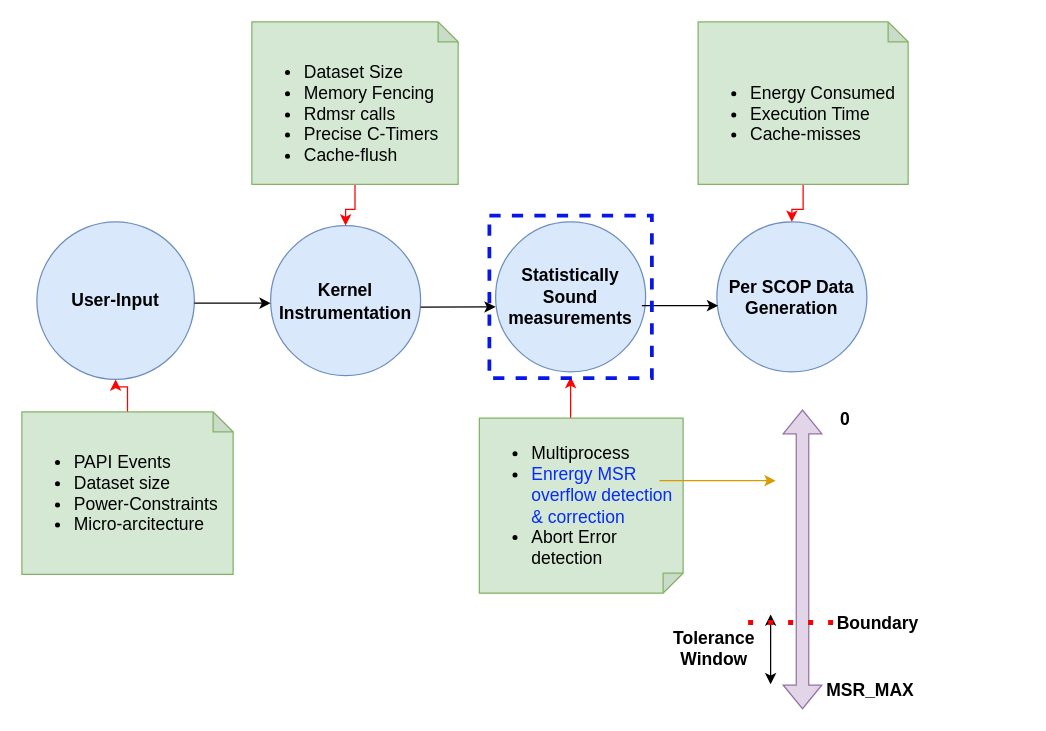
Earlier version of the draw.io diagram MTP_2/Untitled Diagram.drawio (ShikharJain97/MTP). Source tidied: cells renumbered, new cells numbered last; positions are measured from the earlier drawing's top-left corner, leaving out a move shared by most shapes. Both pictures are drawn from the tidied source at 125%, with x=0, y=0 at pixel (21, 21).
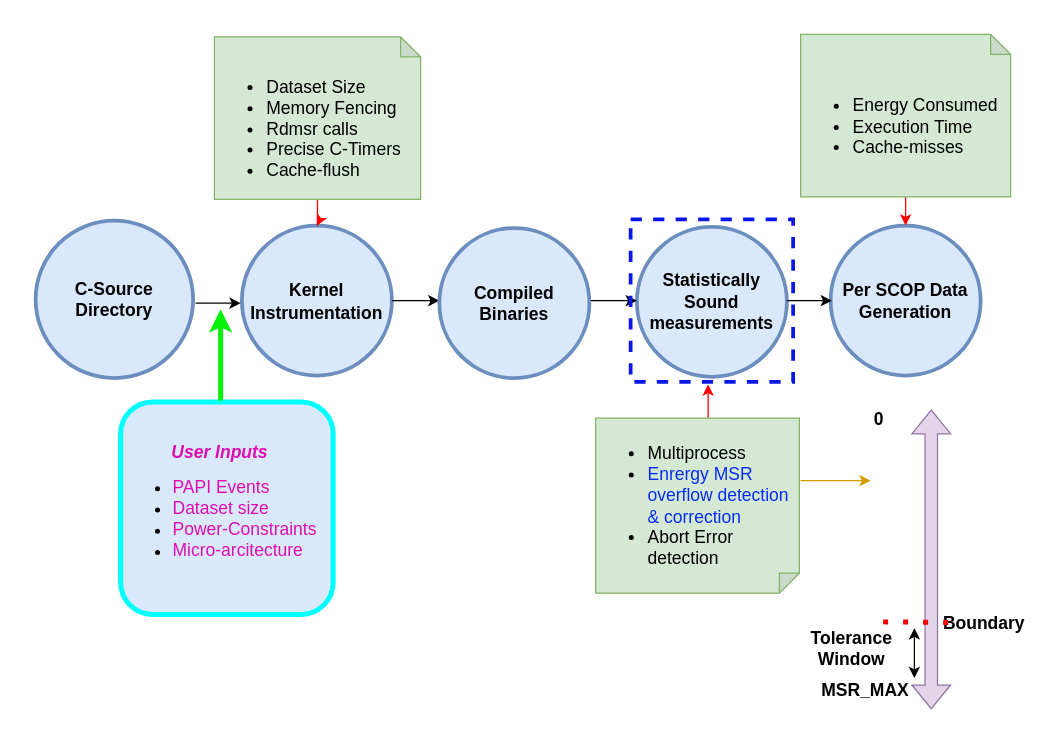
The same diagram, later.

Diff of the diagram source:
```diff
@@
-    <mxCell id="2" value="&lt;font style=&quot;font-size: 14px;&quot;&gt;&lt;b&gt;User-Input&lt;/b&gt;&lt;/font&gt;" style="ellipse;whiteSpace=wrap;html=1;fillColor=#dae8fc;strokeColor=#6c8ebf;" parent="1" vertex="1">
-      <mxGeometry x="12" y="160" width="126" height="126" as="geometry" />
+    <mxCell id="2" value="&lt;span style=&quot;font-size: 14px;&quot;&gt;&lt;b&gt;C-Source Directory&lt;/b&gt;&lt;/span&gt;" style="ellipse;whiteSpace=wrap;html=1;fillColor=#dae8fc;strokeColor=#6c8ebf;strokeWidth=3;" parent="1" vertex="1">
+      <mxGeometry x="11" y="159" width="126" height="126" as="geometry" />
     </mxCell>
-    <mxCell id="3" value="&lt;font style=&quot;font-size: 15px;&quot;&gt;&lt;b style=&quot;font-size: 14px;&quot;&gt;Kernel&lt;br&gt;Instrumentation&lt;/b&gt;&lt;/font&gt;" style="ellipse;whiteSpace=wrap;html=1;fillColor=#dae8fc;strokeColor=#6c8ebf;" parent="1" vertex="1">
-      <mxGeometry x="199" y="163" width="120" height="120" as="geometry" />
+    <mxCell id="3" value="&lt;font style=&quot;font-size: 15px;&quot;&gt;&lt;b style=&quot;font-size: 14px;&quot;&gt;Kernel&lt;br&gt;Instrumentation&lt;/b&gt;&lt;/font&gt;" style="ellipse;whiteSpace=wrap;html=1;fillColor=#dae8fc;strokeColor=#6c8ebf;strokeWidth=3;" parent="1" vertex="1">
+      <mxGeometry x="176" y="163" width="120" height="120" as="geometry" />
     </mxCell>
-    <mxCell id="4" value="&lt;b&gt;&lt;font style=&quot;font-size: 14px;&quot;&gt;Statistically Sound measurements&lt;/font&gt;&lt;/b&gt;" style="ellipse;whiteSpace=wrap;html=1;fillColor=#dae8fc;strokeColor=#6c8ebf;" parent="1" vertex="1">
-      <mxGeometry x="379" y="160" width="120" height="120" as="geometry" />
+    <mxCell id="4" value="&lt;b&gt;&lt;font style=&quot;font-size: 14px;&quot;&gt;Statistically Sound measurements&lt;/font&gt;&lt;/b&gt;" style="ellipse;whiteSpace=wrap;html=1;fillColor=#dae8fc;strokeColor=#6c8ebf;strokeWidth=3;" parent="1" vertex="1">
+      <mxGeometry x="492" y="164" width="120" height="120" as="geometry" />
     </mxCell>
-    <mxCell id="5" value="&lt;b&gt;&lt;font style=&quot;font-size: 14px;&quot;&gt;Per SCOP Data Generation&lt;/font&gt;&lt;/b&gt;" style="ellipse;whiteSpace=wrap;html=1;fillColor=#dae8fc;strokeColor=#6c8ebf;" parent="1" vertex="1">
-      <mxGeometry x="556" y="160" width="120" height="120" as="geometry" />
+    <mxCell id="5" value="&lt;b&gt;&lt;font style=&quot;font-size: 14px;&quot;&gt;Per SCOP Data Generation&lt;/font&gt;&lt;/b&gt;" style="ellipse;whiteSpace=wrap;html=1;fillColor=#dae8fc;strokeColor=#6c8ebf;strokeWidth=3;" parent="1" vertex="1">
+      <mxGeometry x="647" y="163" width="120" height="120" as="geometry" />
     </mxCell>
     <mxCell id="6" style="endArrow=classic;html=1;rounded=0;" parent="1" edge="1">
       <mxGeometry relative="1" as="geometry">
-        <mxPoint x="138" y="225" as="sourcePoint" />
-        <mxPoint x="199" y="225" as="targetPoint" />
+        <mxPoint x="139" y="225" as="sourcePoint" />
+        <mxPoint x="175" y="225" as="targetPoint" />
       </mxGeometry>
     </mxCell>
-    <mxCell id="7" style="edgeStyle=orthogonalEdgeStyle;rounded=0;jettySize=auto;html=1;strokeColor=#FF0000;" parent="1" edge="1" source="8" target="2">
-      <mxGeometry relative="1" as="geometry" />
-    </mxCell>
-    <mxCell id="8" value="&lt;ul style=&quot;font-size: 14px;&quot;&gt;&lt;li&gt;PAPI Events&lt;/li&gt;&lt;li&gt;Dataset size&lt;/li&gt;&lt;li&gt;Power-Constraints&lt;/li&gt;&lt;li&gt;Micro-arcitecture&lt;/li&gt;&lt;/ul&gt;" style="shape=note;whiteSpace=wrap;html=1;backgroundOutline=1;darkOpacity=0.05;size=16;fillColor=#d5e8d4;strokeColor=#82b366;align=left;" parent="1" vertex="1">
-      <mxGeometry y="312" width="169" height="130" as="geometry" />
-    </mxCell>
@@
     <mxCell id="10" value="&lt;div style=&quot;font-size: 14px;&quot;&gt;&lt;font style=&quot;font-size: 14px;&quot;&gt;&lt;br&gt;&lt;/font&gt;&lt;/div&gt;&lt;ul style=&quot;font-size: 14px;&quot;&gt;&lt;li style=&quot;&quot;&gt;&lt;span style=&quot;background-color: initial;&quot;&gt;&lt;font style=&quot;font-size: 14px;&quot;&gt;Dataset Size&lt;/font&gt;&lt;/span&gt;&lt;/li&gt;&lt;li style=&quot;&quot;&gt;&lt;span style=&quot;background-color: initial;&quot;&gt;&lt;font style=&quot;font-size: 14px;&quot;&gt;Memory Fencing&lt;/font&gt;&lt;/span&gt;&lt;/li&gt;&lt;li style=&quot;&quot;&gt;&lt;font style=&quot;font-size: 14px;&quot;&gt;&lt;span style=&quot;background-color: initial;&quot;&gt;Rdmsr calls&lt;/span&gt;&lt;br&gt;&lt;/font&gt;&lt;/li&gt;&lt;li style=&quot;&quot;&gt;&lt;font style=&quot;font-size: 14px;&quot;&gt;Precise C-Timers&lt;/font&gt;&lt;/li&gt;&lt;li style=&quot;&quot;&gt;&lt;font style=&quot;font-size: 14px;&quot;&gt;Cache-flush&lt;/font&gt;&lt;/li&gt;&lt;/ul&gt;" style="shape=note;whiteSpace=wrap;html=1;backgroundOutline=1;darkOpacity=0.05;size=16;fillColor=#d5e8d4;strokeColor=#82b366;align=left;" parent="1" vertex="1">
-      <mxGeometry x="184" width="165" height="130" as="geometry" />
+      <mxGeometry x="154" y="12" width="165" height="130" as="geometry" />
     </mxCell>
     <mxCell id="11" style="edgeStyle=orthogonalEdgeStyle;rounded=0;orthogonalLoop=1;jettySize=auto;html=1;strokeColor=#FF0000;" parent="1" edge="1">
       <mxGeometry relative="1" as="geometry">
-        <mxPoint x="447.5" y="321" as="sourcePoint" />
-        <mxPoint x="439" y="284" as="targetPoint" />
+        <mxPoint x="556.5" y="319" as="sourcePoint" />
+        <mxPoint x="549" y="290" as="targetPoint" />
       </mxGeometry>
     </mxCell>
     <mxCell id="12" value="&lt;ul style=&quot;font-size: 14px;&quot;&gt;&lt;li style=&quot;&quot;&gt;Multiprocess&lt;/li&gt;&lt;li style=&quot;&quot;&gt;&lt;font color=&quot;#052df5&quot;&gt;Enrergy MSR overflow detection &amp;amp; correction&lt;/font&gt;&lt;/li&gt;&lt;li style=&quot;&quot;&gt;Abort Error detection&lt;/li&gt;&lt;/ul&gt;" style="shape=note;whiteSpace=wrap;html=1;backgroundOutline=1;darkOpacity=0.05;size=16;direction=south;fillColor=#d5e8d4;strokeColor=#82b366;align=left;" parent="1" vertex="1">
-      <mxGeometry x="366" y="317" width="163" height="140" as="geometry" />
+      <mxGeometry x="459" y="317" width="163" height="140" as="geometry" />
     </mxCell>
-    <mxCell id="13" style="endArrow=classic;html=1;rounded=0;" parent="1" edge="1">
+    <mxCell id="13" style="endArrow=classic;html=1;rounded=0;exitX=1;exitY=0.5;exitDx=0;exitDy=0;" parent="1" edge="1" source="3">
       <mxGeometry relative="1" as="geometry">
-        <mxPoint x="319" y="228.2" as="sourcePoint" />
-        <mxPoint x="379" y="228" as="targetPoint" />
+        <mxPoint x="334" y="223" as="targetPoint" />
       </mxGeometry>
     </mxCell>
     <mxCell id="14" style="endArrow=classic;html=1;rounded=0;" parent="1" edge="1">
       <mxGeometry relative="1" as="geometry">
-        <mxPoint x="496" y="227" as="sourcePoint" />
-        <mxPoint x="557" y="227" as="targetPoint" />
+        <mxPoint x="431" y="223" as="sourcePoint" />
+        <mxPoint x="492" y="223" as="targetPoint" />
       </mxGeometry>
     </mxCell>
@@
     <mxCell id="16" value="&lt;div style=&quot;font-size: 14px;&quot;&gt;&lt;font style=&quot;font-size: 14px;&quot;&gt;&lt;br&gt;&lt;/font&gt;&lt;/div&gt;&lt;ul style=&quot;font-size: 14px;&quot;&gt;&lt;li style=&quot;&quot;&gt;&lt;font style=&quot;font-size: 14px;&quot;&gt;Energy Consumed&amp;nbsp;&lt;/font&gt;&lt;/li&gt;&lt;li style=&quot;&quot;&gt;&lt;font style=&quot;font-size: 14px;&quot;&gt;Execution Time&lt;/font&gt;&lt;/li&gt;&lt;li style=&quot;&quot;&gt;&lt;font style=&quot;font-size: 14px;&quot;&gt;Cache-misses&lt;/font&gt;&lt;/li&gt;&lt;/ul&gt;" style="shape=note;whiteSpace=wrap;html=1;backgroundOutline=1;darkOpacity=0.05;size=16;fillColor=#d5e8d4;strokeColor=#82b366;align=left;" parent="1" vertex="1">
-      <mxGeometry x="541" width="168" height="130" as="geometry" />
+      <mxGeometry x="623" y="10" width="168" height="130" as="geometry" />
     </mxCell>
     <mxCell id="17" style="whiteSpace=wrap;html=1;fillColor=none;dashed=1;strokeWidth=3;strokeColor=#0817e7;" parent="1" vertex="1">
-      <mxGeometry x="374" y="155" width="130" height="130" as="geometry" />
+      <mxGeometry x="487" y="158" width="130" height="130" as="geometry" />
     </mxCell>
     <mxCell id="18" style="shape=flexArrow;endArrow=classic;startArrow=classic;html=1;rounded=0;fillColor=#e1d5e7;strokeColor=#9673a6;" parent="1" edge="1">
       <mxGeometry relative="1" as="geometry">
-        <mxPoint x="624.5" y="550" as="sourcePoint" />
-        <mxPoint x="624.5" y="310" as="targetPoint" />
+        <mxPoint x="727.5" y="550" as="sourcePoint" />
+        <mxPoint x="727.5" y="310" as="targetPoint" />
       </mxGeometry>
     </mxCell>
     <mxCell id="19" value="&lt;b&gt;&lt;font style=&quot;font-size: 14px;&quot;&gt;0&lt;/font&gt;&lt;/b&gt;" style="text;strokeColor=none;align=center;fillColor=none;html=1;verticalAlign=middle;whiteSpace=wrap;rounded=0;" parent="1" vertex="1">
-      <mxGeometry x="629" y="303" width="60" height="30" as="geometry" />
+      <mxGeometry x="656" y="303" width="60" height="30" as="geometry" />
     </mxCell>
     <mxCell id="20" value="&lt;b&gt;&lt;font style=&quot;font-size: 14px;&quot;&gt;MSR_MAX&lt;/font&gt;&lt;/b&gt;" style="text;strokeColor=none;align=center;fillColor=none;html=1;verticalAlign=middle;whiteSpace=wrap;rounded=0;" parent="1" vertex="1">
-      <mxGeometry x="649" y="520" width="60" height="30" as="geometry" />
+      <mxGeometry x="645" y="520" width="60" height="30" as="geometry" />
     </mxCell>
     <mxCell id="21" value="&lt;b&gt;&lt;font style=&quot;font-size: 14px;&quot;&gt;Boundary&lt;/font&gt;&lt;/b&gt;" style="text;strokeColor=none;align=center;fillColor=none;html=1;verticalAlign=middle;whiteSpace=wrap;rounded=0;" parent="1" vertex="1">
-      <mxGeometry x="655" y="466" width="60" height="30" as="geometry" />
+      <mxGeometry x="740" y="466" width="60" height="30" as="geometry" />
     </mxCell>
     <mxCell id="22" style="endArrow=classic;startArrow=classic;html=1;rounded=0;" parent="1" edge="1">
       <mxGeometry relative="1" as="geometry">
-        <mxPoint x="599" y="530" as="sourcePoint" />
-        <mxPoint x="599" y="474" as="targetPoint" />
+        <mxPoint x="714" y="525" as="sourcePoint" />
+        <mxPoint x="714" y="485" as="targetPoint" />
       </mxGeometry>
     </mxCell>
     <mxCell id="23" value="&lt;b&gt;&lt;font style=&quot;font-size: 14px;&quot;&gt;Tolerance Window&lt;/font&gt;&lt;/b&gt;" style="text;strokeColor=none;align=center;fillColor=none;html=1;verticalAlign=middle;whiteSpace=wrap;rounded=0;" parent="1" vertex="1">
-      <mxGeometry x="524" y="486" width="60" height="30" as="geometry" />
+      <mxGeometry x="634" y="486" width="60" height="30" as="geometry" />
     </mxCell>
     <mxCell id="24" style="endArrow=none;dashed=1;html=1;dashPattern=1 3;strokeWidth=4;rounded=0;strokeColor=#f20202;" parent="1" edge="1">
       <mxGeometry relative="1" as="geometry">
-        <mxPoint x="581" y="480.5" as="sourcePoint" />
-        <mxPoint x="651" y="480.5" as="targetPoint" />
+        <mxPoint x="689" y="480" as="sourcePoint" />
+        <mxPoint x="741" y="480.5" as="targetPoint" />
       </mxGeometry>
     </mxCell>
     <mxCell id="25" style="endArrow=classic;html=1;rounded=0;fillColor=#ffe6cc;strokeColor=#d79b00;" parent="1" edge="1">
       <mxGeometry relative="1" as="geometry">
-        <mxPoint x="510" y="367" as="sourcePoint" />
-        <mxPoint x="603" y="367" as="targetPoint" />
+        <mxPoint x="623" y="367" as="sourcePoint" />
+        <mxPoint x="679" y="367" as="targetPoint" />
       </mxGeometry>
     </mxCell>
+    <mxCell id="26" value="&lt;div style=&quot;text-align: center;&quot;&gt;&lt;span style=&quot;background-color: initial; font-size: 14px;&quot;&gt;&lt;b&gt;&lt;i&gt;&lt;font color=&quot;#dd0eb0&quot;&gt;User Inputs&lt;/font&gt;&lt;/i&gt;&lt;/b&gt;&lt;/span&gt;&lt;/div&gt;&lt;ul&gt;&lt;li&gt;&lt;span style=&quot;background-color: initial; font-size: 14px; text-align: center;&quot;&gt;&lt;font color=&quot;#dd0eb0&quot;&gt;PAPI Events&lt;/font&gt;&lt;/span&gt;&lt;/li&gt;&lt;li&gt;&lt;span style=&quot;background-color: initial; font-size: 14px;&quot;&gt;&lt;font color=&quot;#dd0eb0&quot;&gt;Dataset size&lt;/font&gt;&lt;/span&gt;&lt;/li&gt;&lt;li&gt;&lt;span style=&quot;background-color: initial; font-size: 14px;&quot;&gt;&lt;font color=&quot;#dd0eb0&quot;&gt;Power-Constraints&lt;/font&gt;&lt;/span&gt;&lt;/li&gt;&lt;li&gt;&lt;span style=&quot;background-color: initial; font-size: 14px;&quot;&gt;&lt;font color=&quot;#dd0eb0&quot;&gt;Micro-arcitecture&lt;/font&gt;&lt;/span&gt;&lt;/li&gt;&lt;/ul&gt;" style="whiteSpace=wrap;html=1;align=left;fillColor=#dae8fc;strokeColor=#00FFFF;rounded=1;strokeWidth=4;" parent="1" vertex="1">
+      <mxGeometry x="79" y="304" width="170" height="170" as="geometry" />
+    </mxCell>
+    <mxCell id="27" style="endArrow=classic;html=1;rounded=0;strokeWidth=4;strokeColor=#04f108;" parent="1" edge="1">
+      <mxGeometry relative="1" as="geometry">
+        <mxPoint x="159" y="303" as="sourcePoint" />
+        <mxPoint x="159" y="230" as="targetPoint" />
+      </mxGeometry>
+    </mxCell>
+    <mxCell id="28" value="&lt;span style=&quot;font-size: 14px;&quot;&gt;&lt;b&gt;Compiled Binaries&lt;/b&gt;&lt;/span&gt;" style="ellipse;whiteSpace=wrap;html=1;fillColor=#dae8fc;strokeColor=#6c8ebf;strokeWidth=3;" parent="1" vertex="1">
+      <mxGeometry x="334" y="165" width="120" height="120" as="geometry" />
+    </mxCell>
+    <mxCell id="29" style="endArrow=classic;html=1;rounded=0;" parent="1" edge="1">
+      <mxGeometry relative="1" as="geometry">
+        <mxPoint x="612" y="223" as="sourcePoint" />
+        <mxPoint x="648" y="223" as="targetPoint" />
+      </mxGeometry>
+    </mxCell>
```
